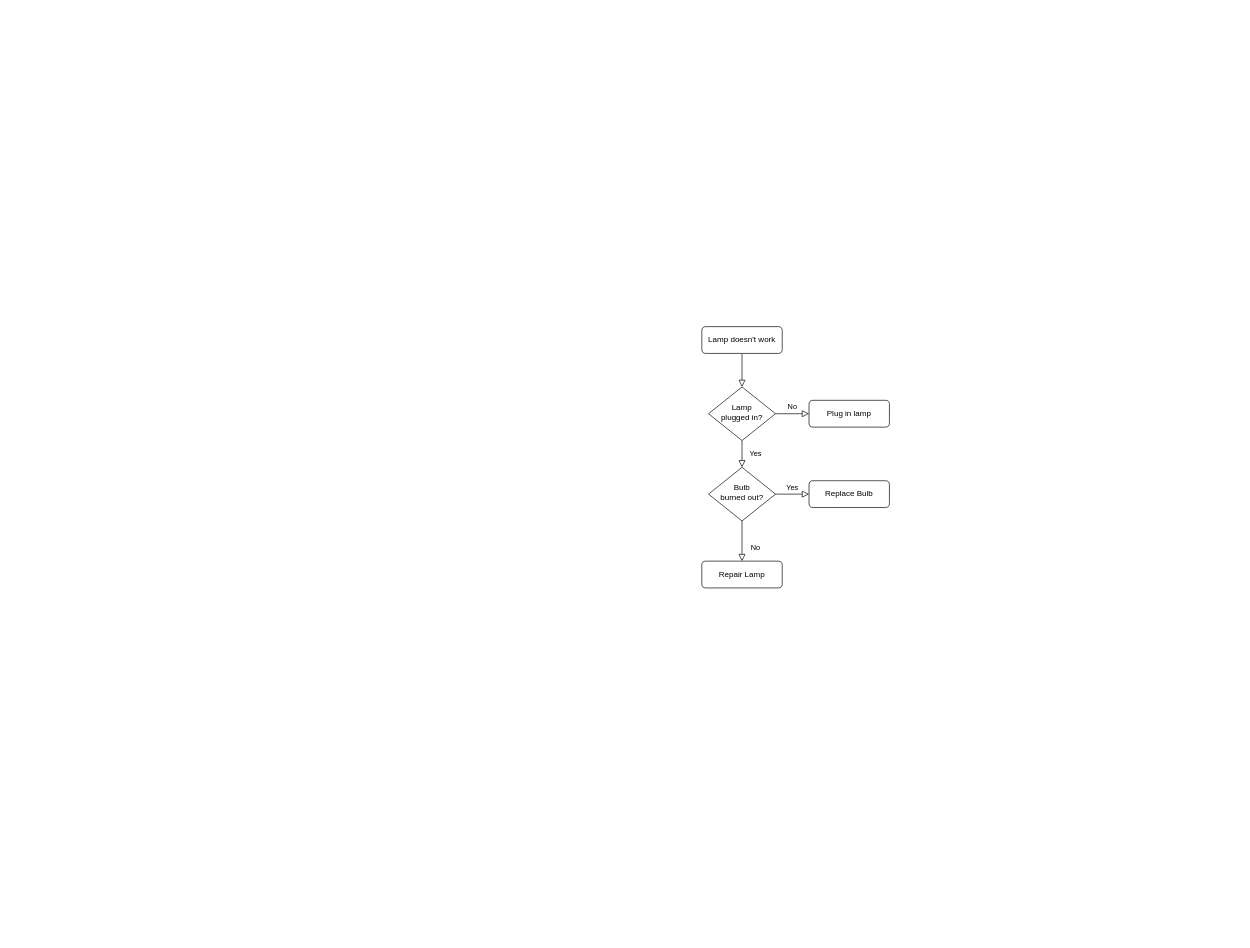
314Pirasy/exerciceTest keeps this draw.io diagram as folderTest/DiagrammeTest.drawio. Above is the earlier version. Source tidied: cells renumbered, new cells numbered last; positions are measured from the earlier drawing's top-left corner, leaving out a move shared by most shapes. Both pictures are drawn from the tidied source at 67%, with x=0, y=0 at pixel (701, 326).
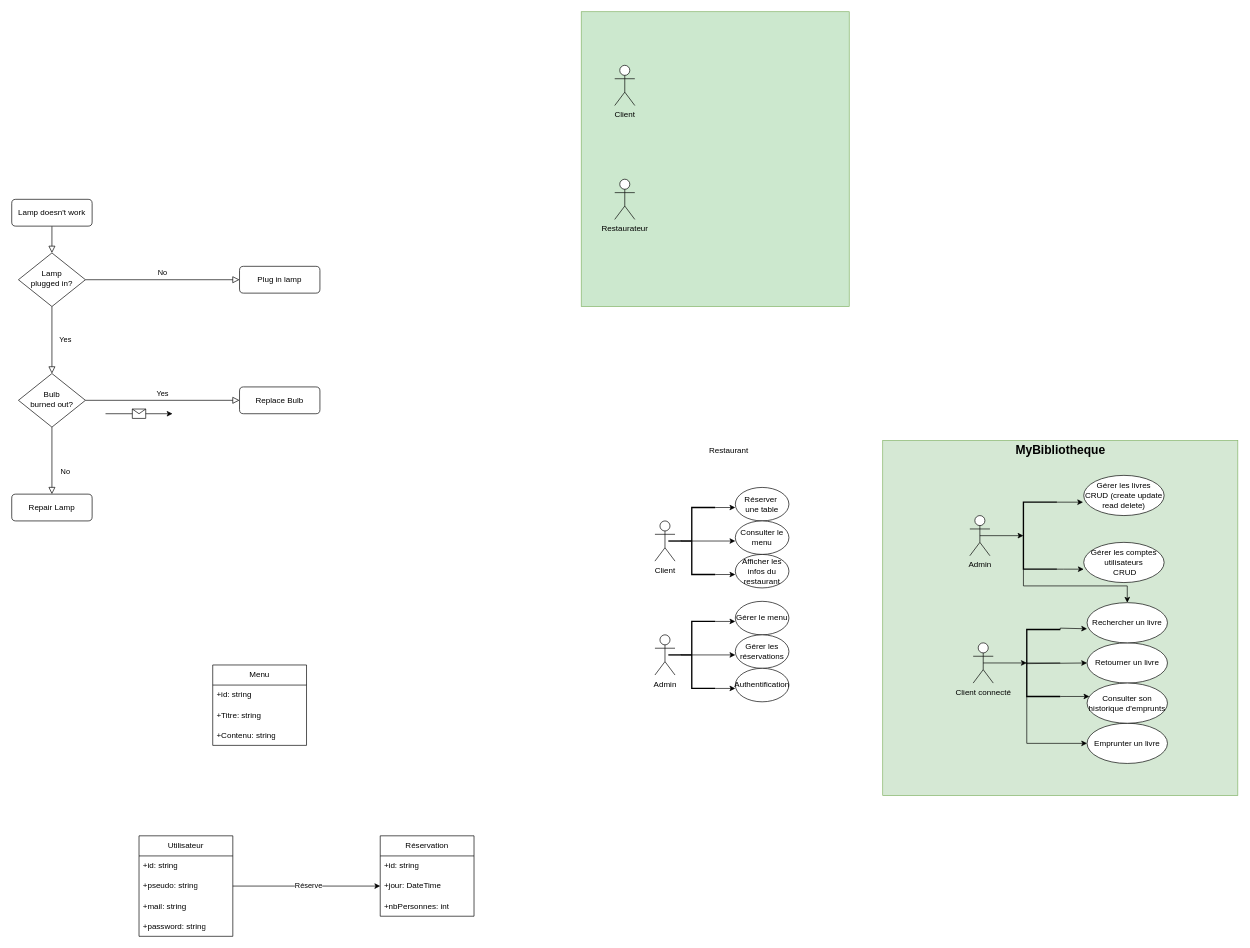
The same diagram, later.

Commit message:
Mettre à jour DiagrammeTest.drawio

The edit, as a diff of the source:
```diff
@@
+    <mxCell id="13" style="rounded=0;whiteSpace=wrap;html=1;fillColor=#CCE8CE;strokeColor=#82b366;gradientColor=none;" parent="1" vertex="1">
+      <mxGeometry x="-180" y="-470" width="400" height="440" as="geometry" />
+    </mxCell>
+    <mxCell id="14" style="whiteSpace=wrap;html=1;fillColor=#D5E8D4;strokeColor=#82b366;" parent="1" vertex="1">
+      <mxGeometry x="270" y="170" width="530" height="530" as="geometry" />
+    </mxCell>
@@
     <mxCell id="3" value="Lamp doesn't work" style="rounded=1;whiteSpace=wrap;html=1;fontSize=12;glass=0;strokeWidth=1;shadow=0;" parent="1" vertex="1">
-      <mxGeometry width="120" height="40" as="geometry" />
+      <mxGeometry x="-1030" y="-190" width="120" height="40" as="geometry" />
     </mxCell>
@@
     <mxCell id="6" value="Lamp&lt;br&gt;plugged in?" style="rhombus;whiteSpace=wrap;html=1;shadow=0;fontFamily=Helvetica;fontSize=12;align=center;strokeWidth=1;spacing=6;spacingTop=-4;" parent="1" vertex="1">
-      <mxGeometry x="10" y="90" width="100" height="80" as="geometry" />
+      <mxGeometry x="-1020" y="-110" width="100" height="80" as="geometry" />
     </mxCell>
     <mxCell id="7" value="Plug in lamp" style="rounded=1;whiteSpace=wrap;html=1;fontSize=12;glass=0;strokeWidth=1;shadow=0;" parent="1" vertex="1">
-      <mxGeometry x="160" y="110" width="120" height="40" as="geometry" />
+      <mxGeometry x="-690" y="-90" width="120" height="40" as="geometry" />
     </mxCell>
@@
     <mxCell id="10" value="Bulb&lt;br&gt;burned out?" style="rhombus;whiteSpace=wrap;html=1;shadow=0;fontFamily=Helvetica;fontSize=12;align=center;strokeWidth=1;spacing=6;spacingTop=-4;" parent="1" vertex="1">
-      <mxGeometry x="10" y="210" width="100" height="80" as="geometry" />
+      <mxGeometry x="-1020" y="70" width="100" height="80" as="geometry" />
     </mxCell>
     <mxCell id="11" value="Repair Lamp" style="rounded=1;whiteSpace=wrap;html=1;fontSize=12;glass=0;strokeWidth=1;shadow=0;" parent="1" vertex="1">
-      <mxGeometry y="350" width="120" height="40" as="geometry" />
+      <mxGeometry x="-1030" y="250" width="120" height="40" as="geometry" />
     </mxCell>
     <mxCell id="12" value="Replace Bulb" style="rounded=1;whiteSpace=wrap;html=1;fontSize=12;glass=0;strokeWidth=1;shadow=0;" parent="1" vertex="1">
-      <mxGeometry x="160" y="230" width="120" height="40" as="geometry" />
+      <mxGeometry x="-690" y="90" width="120" height="40" as="geometry" />
     </mxCell>
+    <mxCell id="15" style="endArrow=classic;html=1;rounded=0;" parent="1" edge="1">
+      <mxGeometry relative="1" as="geometry">
+        <mxPoint x="-890" y="130" as="sourcePoint" />
+        <mxPoint x="-790" y="130" as="targetPoint" />
+      </mxGeometry>
+    </mxCell>
+    <mxCell id="16" style="shape=message;html=1;" parent="15" vertex="1">
+      <mxGeometry width="20" height="14" relative="1" as="geometry">
+        <mxPoint x="-10" y="-7" as="offset" />
+      </mxGeometry>
+    </mxCell>
+    <mxCell id="17" value="&lt;div&gt;Client&lt;/div&gt;&lt;div&gt;&lt;br&gt;&lt;/div&gt;" style="shape=umlActor;verticalLabelPosition=bottom;verticalAlign=top;html=1;" parent="1" vertex="1">
+      <mxGeometry x="-70" y="290" width="30" height="60" as="geometry" />
+    </mxCell>
+    <mxCell id="18" style="edgeStyle=orthogonalEdgeStyle;rounded=0;jettySize=auto;html=1;exitX=0.271;exitY=0.49;exitDx=0;exitDy=0;exitPerimeter=0;" parent="1" edge="1" source="21">
+      <mxGeometry relative="1" as="geometry">
+        <mxPoint x="50" y="320" as="targetPoint" />
+        <Array as="points">
+          <mxPoint x="-31" y="320" />
+        </Array>
+      </mxGeometry>
+    </mxCell>
+    <mxCell id="19" style="edgeStyle=orthogonalEdgeStyle;rounded=0;jettySize=auto;html=1;exitX=1;exitY=0;exitDx=0;exitDy=0;exitPerimeter=0;" parent="1" edge="1" source="21">
+      <mxGeometry relative="1" as="geometry">
+        <mxPoint x="50" y="270" as="targetPoint" />
+      </mxGeometry>
+    </mxCell>
+    <mxCell id="20" style="edgeStyle=orthogonalEdgeStyle;rounded=0;jettySize=auto;html=1;exitX=1;exitY=1;exitDx=0;exitDy=0;exitPerimeter=0;" parent="1" edge="1" source="21">
+      <mxGeometry relative="1" as="geometry">
+        <mxPoint x="50" y="370" as="targetPoint" />
+      </mxGeometry>
+    </mxCell>
+    <mxCell id="21" style="strokeWidth=2;html=1;shape=mxgraph.flowchart.annotation_2;align=left;labelPosition=right;" parent="1" vertex="1">
+      <mxGeometry x="-50" y="270" width="70" height="100" as="geometry" />
+    </mxCell>
+    <mxCell id="22" value="&lt;div&gt;Réserver&amp;nbsp;&lt;/div&gt;&lt;div&gt;une table&lt;br&gt;&lt;/div&gt;" style="ellipse;whiteSpace=wrap;html=1;" parent="1" vertex="1">
+      <mxGeometry x="50" y="240" width="80" height="50" as="geometry" />
+    </mxCell>
+    <mxCell id="23" value="&lt;div&gt;Consulter le &lt;br&gt;&lt;/div&gt;&lt;div&gt;menu&lt;br&gt;&lt;/div&gt;" style="ellipse;whiteSpace=wrap;html=1;" parent="1" vertex="1">
+      <mxGeometry x="50" y="290" width="80" height="50" as="geometry" />
+    </mxCell>
+    <mxCell id="24" value="&lt;div&gt;Afficher les&lt;/div&gt;&lt;div&gt;infos du restaurant&lt;br&gt;&lt;/div&gt;" style="ellipse;whiteSpace=wrap;html=1;" parent="1" vertex="1">
+      <mxGeometry x="50" y="340" width="80" height="50" as="geometry" />
+    </mxCell>
+    <mxCell id="25" value="&lt;div&gt;Admin&lt;/div&gt;&lt;div&gt;&lt;br&gt;&lt;/div&gt;" style="shape=umlActor;verticalLabelPosition=bottom;verticalAlign=top;html=1;" parent="1" vertex="1">
+      <mxGeometry x="-70" y="460" width="30" height="60" as="geometry" />
+    </mxCell>
+    <mxCell id="26" style="edgeStyle=orthogonalEdgeStyle;rounded=0;jettySize=auto;html=1;exitX=0.271;exitY=0.49;exitDx=0;exitDy=0;exitPerimeter=0;" parent="1" edge="1" source="29">
+      <mxGeometry relative="1" as="geometry">
+        <mxPoint x="50" y="490" as="targetPoint" />
+        <Array as="points">
+          <mxPoint x="-31" y="490" />
+        </Array>
+      </mxGeometry>
+    </mxCell>
+    <mxCell id="27" style="edgeStyle=orthogonalEdgeStyle;rounded=0;jettySize=auto;html=1;exitX=1;exitY=0;exitDx=0;exitDy=0;exitPerimeter=0;" parent="1" edge="1" source="29">
+      <mxGeometry relative="1" as="geometry">
+        <mxPoint x="50" y="440" as="targetPoint" />
+      </mxGeometry>
+    </mxCell>
+    <mxCell id="28" style="edgeStyle=orthogonalEdgeStyle;rounded=0;jettySize=auto;html=1;exitX=1;exitY=1;exitDx=0;exitDy=0;exitPerimeter=0;" parent="1" edge="1" source="29">
+      <mxGeometry relative="1" as="geometry">
+        <mxPoint x="50" y="540" as="targetPoint" />
+      </mxGeometry>
+    </mxCell>
+    <mxCell id="29" style="strokeWidth=2;html=1;shape=mxgraph.flowchart.annotation_2;align=left;labelPosition=right;" parent="1" vertex="1">
+      <mxGeometry x="-50" y="440" width="70" height="100" as="geometry" />
+    </mxCell>
+    <mxCell id="30" value="&lt;div&gt;Gérer le menu&lt;/div&gt;" style="ellipse;whiteSpace=wrap;html=1;" parent="1" vertex="1">
+      <mxGeometry x="50" y="410" width="80" height="50" as="geometry" />
+    </mxCell>
+    <mxCell id="31" value="Gérer les réservations" style="ellipse;whiteSpace=wrap;html=1;" parent="1" vertex="1">
+      <mxGeometry x="50" y="460" width="80" height="50" as="geometry" />
+    </mxCell>
+    <mxCell id="32" value="Authentification" style="ellipse;whiteSpace=wrap;html=1;" parent="1" vertex="1">
+      <mxGeometry x="50" y="510" width="80" height="50" as="geometry" />
+    </mxCell>
+    <mxCell id="33" value="Menu" style="swimlane;fontStyle=0;horizontal=1;startSize=30;whiteSpace=wrap;html=1;" parent="1" vertex="1">
+      <mxGeometry x="-730" y="505" width="140" height="120" as="geometry" />
+    </mxCell>
+    <mxCell id="34" value="+id: string" style="text;strokeColor=none;fillColor=none;align=left;verticalAlign=middle;spacingLeft=4;spacingRight=4;overflow=hidden;whiteSpace=wrap;html=1;" parent="33" vertex="1">
+      <mxGeometry y="30" width="140" height="30" as="geometry" />
+    </mxCell>
+    <mxCell id="35" value="+Titre: string" style="text;strokeColor=none;fillColor=none;align=left;verticalAlign=middle;spacingLeft=4;spacingRight=4;overflow=hidden;whiteSpace=wrap;html=1;" parent="33" vertex="1">
+      <mxGeometry y="60" width="140" height="30" as="geometry" />
+    </mxCell>
+    <mxCell id="36" value="+Contenu: string" style="text;strokeColor=none;fillColor=none;align=left;verticalAlign=middle;spacingLeft=4;spacingRight=4;overflow=hidden;whiteSpace=wrap;html=1;" parent="33" vertex="1">
+      <mxGeometry y="90" width="140" height="30" as="geometry" />
+    </mxCell>
+    <mxCell id="37" style="edgeStyle=orthogonalEdgeStyle;rounded=0;jettySize=auto;html=1;exitX=1;exitY=0.5;exitDx=0;exitDy=0;" parent="1" edge="1" source="39" target="46">
+      <mxGeometry relative="1" as="geometry" />
+    </mxCell>
+    <mxCell id="38" value="&lt;div&gt;Réserve&lt;/div&gt;&lt;div&gt;&lt;br&gt;&lt;/div&gt;" style="edgeLabel;html=1;align=center;verticalAlign=middle;" parent="37" vertex="1">
+      <mxGeometry x="0.02" y="-5" relative="1" as="geometry" />
+    </mxCell>
+    <mxCell id="39" value="&lt;div&gt;Utilisateur&lt;/div&gt;" style="swimlane;fontStyle=0;horizontal=1;startSize=30;whiteSpace=wrap;html=1;" parent="1" vertex="1">
+      <mxGeometry x="-840" y="760" width="140" height="150" as="geometry" />
+    </mxCell>
+    <mxCell id="40" value="&lt;div&gt;+id: string&lt;/div&gt;" style="text;strokeColor=none;fillColor=none;align=left;verticalAlign=middle;spacingLeft=4;spacingRight=4;overflow=hidden;whiteSpace=wrap;html=1;" parent="39" vertex="1">
+      <mxGeometry y="30" width="140" height="30" as="geometry" />
+    </mxCell>
+    <mxCell id="41" value="+pseudo: string" style="text;strokeColor=none;fillColor=none;align=left;verticalAlign=middle;spacingLeft=4;spacingRight=4;overflow=hidden;whiteSpace=wrap;html=1;" parent="39" vertex="1">
+      <mxGeometry y="60" width="140" height="30" as="geometry" />
+    </mxCell>
+    <mxCell id="42" value="&lt;div&gt;+mail: string&lt;/div&gt;" style="text;strokeColor=none;fillColor=none;align=left;verticalAlign=middle;spacingLeft=4;spacingRight=4;overflow=hidden;whiteSpace=wrap;html=1;" parent="39" vertex="1">
+      <mxGeometry y="90" width="140" height="30" as="geometry" />
+    </mxCell>
+    <mxCell id="43" value="+password: string" style="text;strokeColor=none;fillColor=none;align=left;verticalAlign=middle;spacingLeft=4;spacingRight=4;overflow=hidden;whiteSpace=wrap;html=1;" parent="39" vertex="1">
+      <mxGeometry y="120" width="140" height="30" as="geometry" />
+    </mxCell>
+    <mxCell id="44" value="Réservation" style="swimlane;fontStyle=0;horizontal=1;startSize=30;whiteSpace=wrap;html=1;" parent="1" vertex="1">
+      <mxGeometry x="-480" y="760" width="140" height="120" as="geometry" />
+    </mxCell>
+    <mxCell id="45" value="+id: string" style="text;strokeColor=none;fillColor=none;align=left;verticalAlign=middle;spacingLeft=4;spacingRight=4;overflow=hidden;whiteSpace=wrap;html=1;" parent="44" vertex="1">
+      <mxGeometry y="30" width="140" height="30" as="geometry" />
+    </mxCell>
+    <mxCell id="46" value="+jour: DateTime" style="text;strokeColor=none;fillColor=none;align=left;verticalAlign=middle;spacingLeft=4;spacingRight=4;overflow=hidden;points=[[0,0.5],[1,0.5]];portConstraint=eastwest;whiteSpace=wrap;html=1;" parent="44" vertex="1">
+      <mxGeometry y="60" width="140" height="30" as="geometry" />
+    </mxCell>
+    <mxCell id="47" value="+nbPersonnes: int" style="text;strokeColor=none;fillColor=none;align=left;verticalAlign=middle;spacingLeft=4;spacingRight=4;overflow=hidden;whiteSpace=wrap;html=1;" parent="44" vertex="1">
+      <mxGeometry y="90" width="140" height="30" as="geometry" />
+    </mxCell>
+    <mxCell id="48" value="Restaurant" style="text;html=1;align=center;verticalAlign=middle;strokeColor=none;fillColor=none;" parent="1" vertex="1">
+      <mxGeometry y="170" width="80" height="30" as="geometry" />
+    </mxCell>
+    <mxCell id="49" value="&lt;div&gt;&lt;font style=&quot;font-size: 18px;&quot;&gt;&lt;b&gt;MyBibliotheque&lt;/b&gt;&lt;/font&gt;&lt;/div&gt;" style="text;html=1;align=center;verticalAlign=middle;strokeColor=none;fillColor=none;" parent="1" vertex="1">
+      <mxGeometry x="455" y="165" width="160" height="40" as="geometry" />
+    </mxCell>
+    <mxCell id="50" value="&lt;div&gt;Admin&lt;/div&gt;&lt;div&gt;&lt;br&gt;&lt;/div&gt;" style="shape=umlActor;verticalLabelPosition=bottom;verticalAlign=top;html=1;outlineConnect=0;" parent="1" vertex="1">
+      <mxGeometry x="400" y="282" width="30" height="60" as="geometry" />
+    </mxCell>
+    <mxCell id="51" style="edgeStyle=orthogonalEdgeStyle;rounded=0;jettySize=auto;html=1;exitX=0.5;exitY=0.5;exitDx=0;exitDy=0;exitPerimeter=0;entryX=0;entryY=0.5;entryDx=0;entryDy=0;entryPerimeter=0;" parent="1" edge="1" source="50" target="54">
+      <mxGeometry relative="1" as="geometry" />
+    </mxCell>
+    <mxCell id="52" style="edgeStyle=orthogonalEdgeStyle;rounded=0;jettySize=auto;html=1;exitX=1;exitY=0;exitDx=0;exitDy=0;exitPerimeter=0;entryX=-0.008;entryY=0.667;entryDx=0;entryDy=0;entryPerimeter=0;" parent="1" edge="1" source="54" target="55">
+      <mxGeometry relative="1" as="geometry" />
+    </mxCell>
+    <mxCell id="53" style="edgeStyle=orthogonalEdgeStyle;rounded=0;jettySize=auto;html=1;exitX=0;exitY=1;exitDx=0;exitDy=0;exitPerimeter=0;" parent="1" edge="1" source="54" target="67">
+      <mxGeometry relative="1" as="geometry" />
+    </mxCell>
+    <mxCell id="54" style="strokeWidth=2;html=1;shape=mxgraph.flowchart.annotation_1;align=left;" parent="1" vertex="1">
+      <mxGeometry x="480" y="262" width="50" height="100" as="geometry" />
+    </mxCell>
+    <mxCell id="55" value="Gérer les livres CRUD (create update read delete)" style="ellipse;whiteSpace=wrap;html=1;" parent="1" vertex="1">
+      <mxGeometry x="570" y="222" width="120" height="60" as="geometry" />
+    </mxCell>
+    <mxCell id="56" value="&lt;div&gt;Gérer les comptes &lt;br&gt;&lt;/div&gt;&lt;div&gt;utilisateurs&lt;br&gt;&lt;/div&gt;&amp;nbsp;CRUD" style="ellipse;whiteSpace=wrap;html=1;" parent="1" vertex="1">
+      <mxGeometry x="570" y="322" width="120" height="60" as="geometry" />
+    </mxCell>
+    <mxCell id="57" value="Client connecté" style="shape=umlActor;verticalLabelPosition=bottom;verticalAlign=top;html=1;outlineConnect=0;" parent="1" vertex="1">
+      <mxGeometry x="405" y="472" width="30" height="60" as="geometry" />
+    </mxCell>
+    <mxCell id="58" style="edgeStyle=orthogonalEdgeStyle;rounded=0;jettySize=auto;html=1;exitX=0.5;exitY=0.5;exitDx=0;exitDy=0;exitPerimeter=0;entryX=0;entryY=0.5;entryDx=0;entryDy=0;entryPerimeter=0;" parent="1" edge="1" source="57" target="63">
+      <mxGeometry relative="1" as="geometry" />
+    </mxCell>
+    <mxCell id="59" style="edgeStyle=orthogonalEdgeStyle;rounded=0;jettySize=auto;html=1;exitX=1;exitY=0.5;exitDx=0;exitDy=0;exitPerimeter=0;" parent="1" edge="1" source="63">
+      <mxGeometry relative="1" as="geometry">
+        <mxPoint x="575" y="502" as="targetPoint" />
+        <Array as="points">
+          <mxPoint x="485" y="502" />
+          <mxPoint x="485" y="503" />
+        </Array>
+      </mxGeometry>
+    </mxCell>
+    <mxCell id="60" style="edgeStyle=orthogonalEdgeStyle;rounded=0;jettySize=auto;html=1;exitX=1;exitY=1;exitDx=0;exitDy=0;exitPerimeter=0;" parent="1" edge="1" source="63" target="66">
+      <mxGeometry relative="1" as="geometry">
+        <Array as="points">
+          <mxPoint x="545" y="552" />
+          <mxPoint x="545" y="552" />
+        </Array>
+      </mxGeometry>
+    </mxCell>
+    <mxCell id="61" style="edgeStyle=orthogonalEdgeStyle;rounded=0;jettySize=auto;html=1;exitX=1;exitY=0;exitDx=0;exitDy=0;exitPerimeter=0;entryX=0;entryY=0.65;entryDx=0;entryDy=0;entryPerimeter=0;" parent="1" edge="1" source="63" target="67">
+      <mxGeometry relative="1" as="geometry">
+        <Array as="points">
+          <mxPoint x="535" y="450" />
+        </Array>
+      </mxGeometry>
+    </mxCell>
+    <mxCell id="62" style="edgeStyle=orthogonalEdgeStyle;rounded=0;jettySize=auto;html=1;exitX=0;exitY=1;exitDx=0;exitDy=0;exitPerimeter=0;entryX=0;entryY=0.5;entryDx=0;entryDy=0;" parent="1" edge="1" source="63" target="64">
+      <mxGeometry relative="1" as="geometry" />
+    </mxCell>
+    <mxCell id="63" style="strokeWidth=2;html=1;shape=mxgraph.flowchart.annotation_1;align=left;" parent="1" vertex="1">
+      <mxGeometry x="485" y="452" width="50" height="100" as="geometry" />
+    </mxCell>
+    <mxCell id="64" value="Emprunter un livre" style="ellipse;whiteSpace=wrap;html=1;" parent="1" vertex="1">
+      <mxGeometry x="575" y="592" width="120" height="60" as="geometry" />
+    </mxCell>
+    <mxCell id="65" value="Retourner un livre" style="ellipse;whiteSpace=wrap;html=1;" parent="1" vertex="1">
+      <mxGeometry x="575" y="472" width="120" height="60" as="geometry" />
+    </mxCell>
+    <mxCell id="66" value="Consulter son historique d'emprunts" style="ellipse;whiteSpace=wrap;html=1;" parent="1" vertex="1">
+      <mxGeometry x="575" y="532" width="120" height="60" as="geometry" />
+    </mxCell>
+    <mxCell id="67" value="Rechercher un livre" style="ellipse;whiteSpace=wrap;html=1;" parent="1" vertex="1">
+      <mxGeometry x="575" y="412" width="120" height="60" as="geometry" />
+    </mxCell>
+    <mxCell id="68" style="edgeStyle=orthogonalEdgeStyle;rounded=0;jettySize=auto;html=1;exitX=1;exitY=1;exitDx=0;exitDy=0;exitPerimeter=0;entryX=0;entryY=0.667;entryDx=0;entryDy=0;entryPerimeter=0;" parent="1" edge="1" source="54" target="56">
+      <mxGeometry relative="1" as="geometry">
+        <Array as="points">
+          <mxPoint x="540" y="362" />
+          <mxPoint x="540" y="362" />
+        </Array>
+      </mxGeometry>
+    </mxCell>
+    <mxCell id="69" value="&lt;div&gt;Client&lt;/div&gt;" style="shape=umlActor;verticalLabelPosition=bottom;verticalAlign=top;html=1;" parent="1" vertex="1">
+      <mxGeometry x="-130" y="-390" width="30" height="60" as="geometry" />
+    </mxCell>
+    <mxCell id="70" value="Restaurateur" style="shape=umlActor;verticalLabelPosition=bottom;verticalAlign=top;html=1;" parent="1" vertex="1">
+      <mxGeometry x="-130" y="-220" width="30" height="60" as="geometry" />
+    </mxCell>
```
